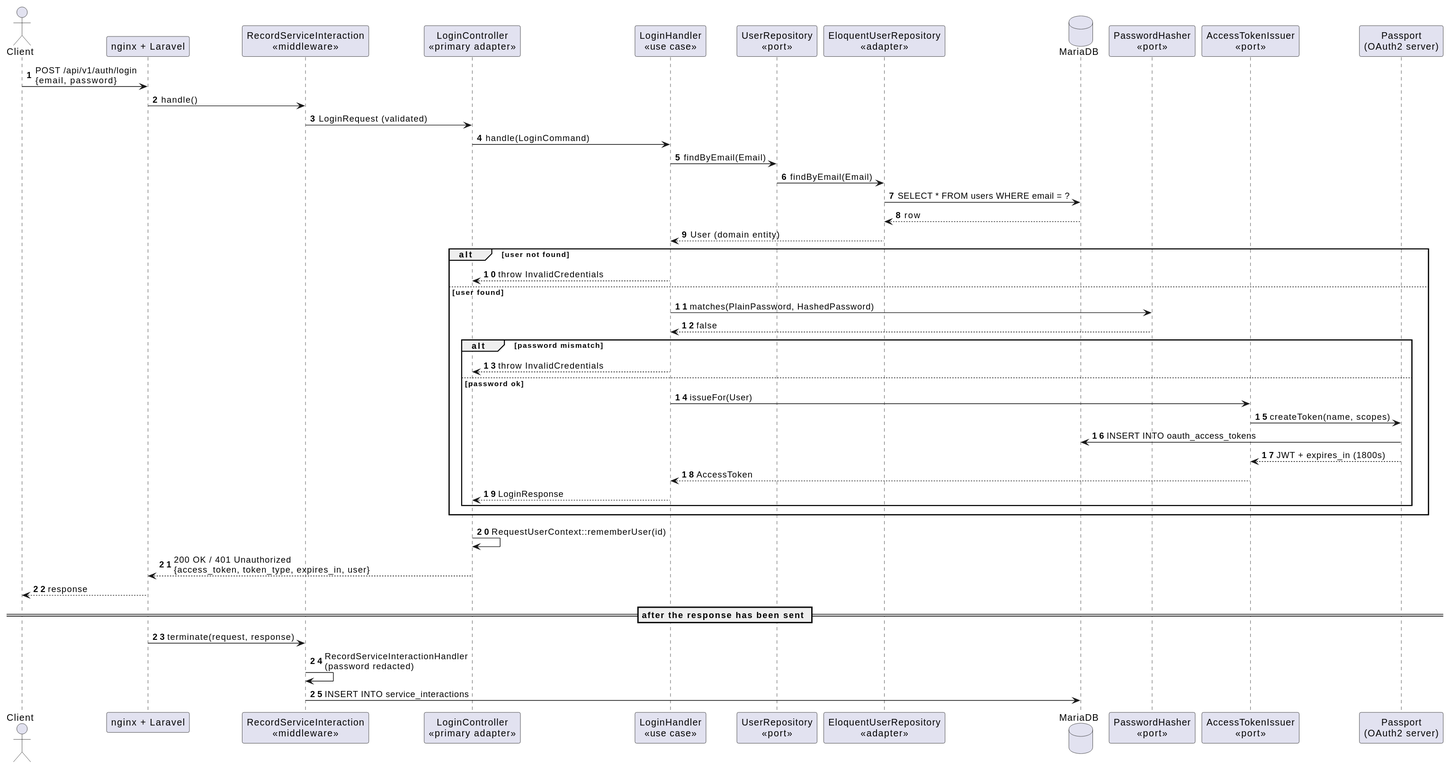
Above: docs/diagrams/sequence-login.svg in alexisrivero/challenge-prex (PlantUML), before the change.
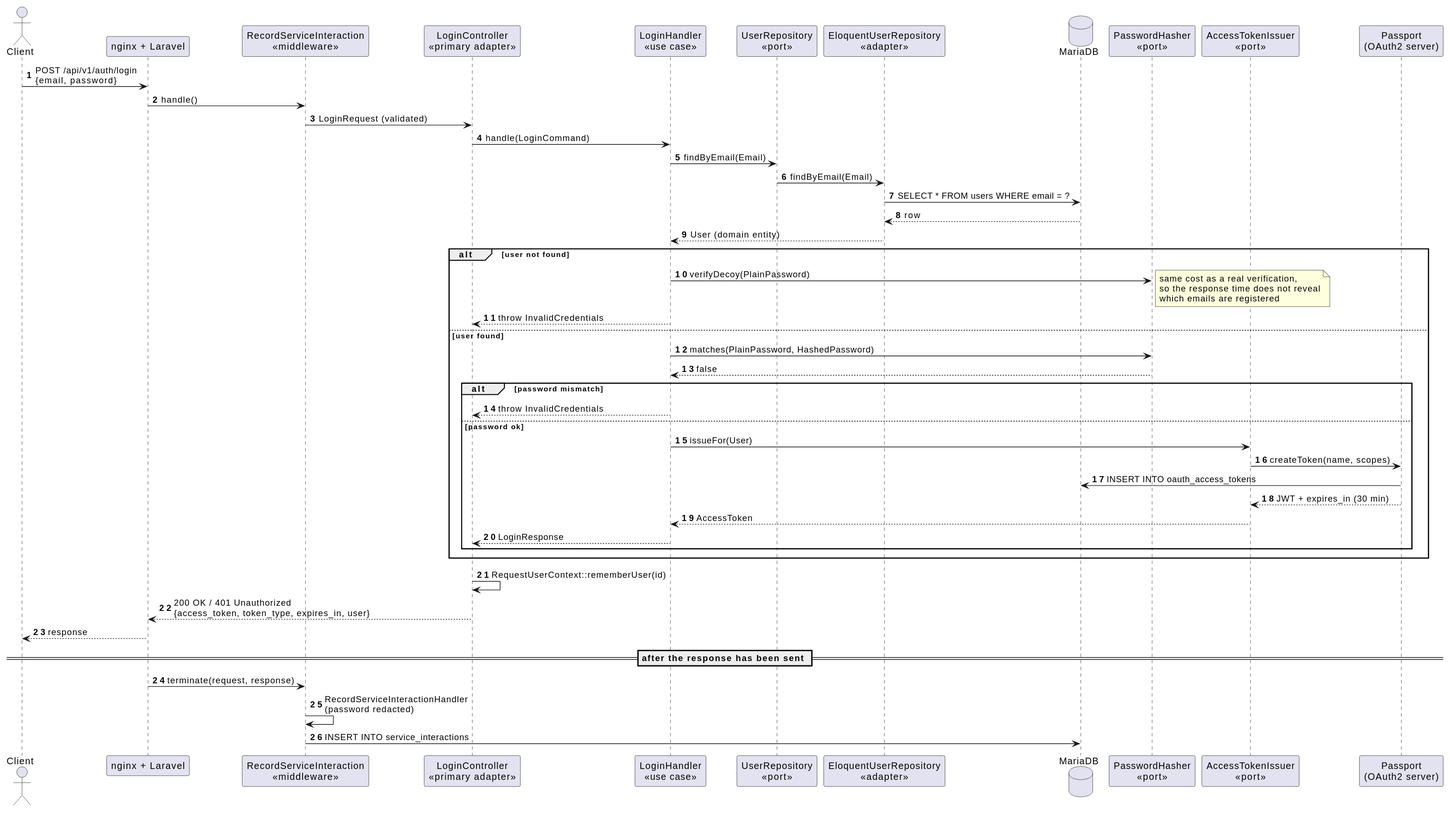
After the change.

The edit, as a diff of the source:
```diff
@@ -26,6 +26,8 @@
 UserAdapter --> Handler : User (domain entity)
 
 alt user not found
+  Handler -> HasherPort : verifyDecoy(PlainPassword)
+  note right : same cost as a real verification,\nso the response time does not reveal\nwhich emails are registered
   Handler --> Controller : throw InvalidCredentials
 else user found
   Handler -> HasherPort : matches(PlainPassword, HashedPassword)
@@ -36,7 +38,7 @@
     Handler -> TokenPort : issueFor(User)
     TokenPort -> Passport : createToken(name, scopes)
     Passport -> DB : INSERT INTO oauth_access_tokens
-    Passport --> TokenPort : JWT + expires_in (1800s)
+    Passport --> TokenPort : JWT + expires_in (30 min)
     TokenPort --> Handler : AccessToken
     Handler --> Controller : LoginResponse
   end
```
